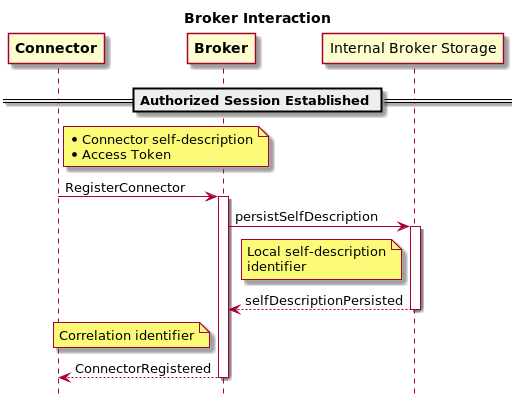
Earlier version of the PlantUML export images/broker_interaction.png (International-Data-Spaces-Association/InformationModel).
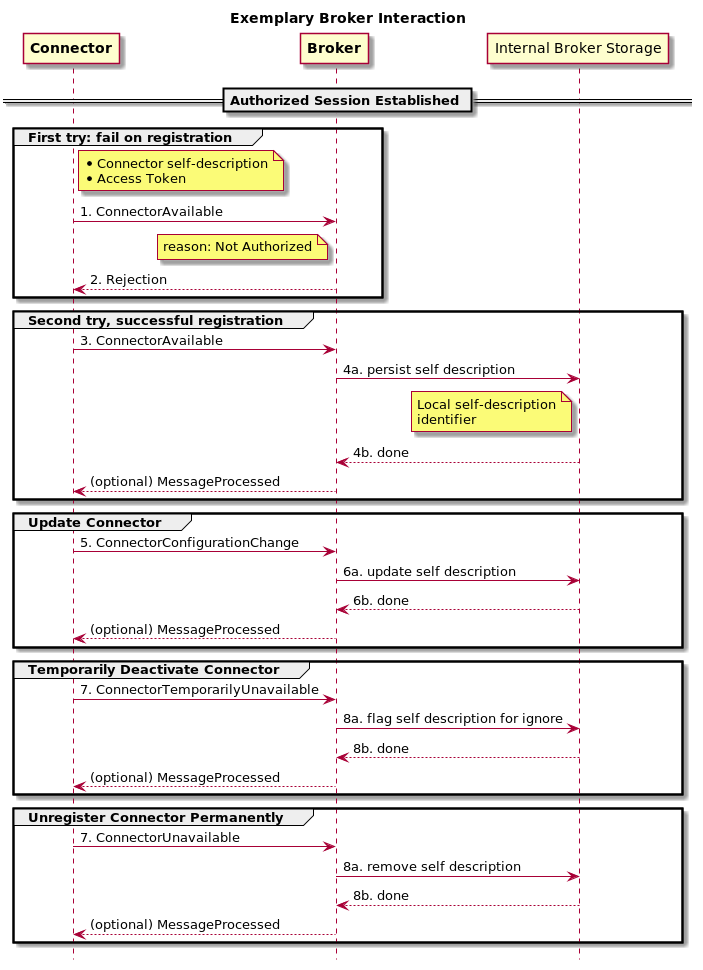
Above is the later version.

Commit message:
cleanup, figure update

Diff of the diagram source:
```diff
@@ -2,7 +2,7 @@
 
 hide footbox
 
-title Broker Interaction
+title Exemplary Broker Interaction
 
 participant "**Connector**" as C
 participant "**Broker**" as B
@@ -10,20 +10,40 @@
 
 == Authorized Session Established ==
 
-note right of C: *Connector self-description\n*Access Token
-C -> B: RegisterConnector
-activate B
+group First try: fail on registration
+    note right of C: *Connector self-description\n*Access Token
+    C -> B: 1. ConnectorAvailable
+    note left of B: reason: Not Authorized
+    B --> C: 2. Rejection
+end
 
-B -> IBS: persistSelfDescription
-activate IBS
+group Second try, successful registration
+    C -> B: 3. ConnectorAvailable
+    B -> IBS: 4a. persist self description
+    note left of IBS: Local self-description\nidentifier
+    IBS --> B: 4b. done
+    B --> C: (optional) MessageProcessed
+end
 
-note left of IBS: Local self-description\nidentifier
-IBS --> B: selfDescriptionPersisted
-deactivate IBS
+group Update Connector
+    C -> B: 5. ConnectorConfigurationChange
+    B -> IBS: 6a. update self description
+    IBS --> B: 6b. done
+    B --> C: (optional) MessageProcessed
+end
 
+group Temporarily Deactivate Connector
+    C -> B: 7. ConnectorTemporarilyUnavailable
+    B -> IBS: 8a. flag self description for ignore
+    IBS --> B: 8b. done
+    B --> C: (optional) MessageProcessed
+end
 
-note left of B: Correlation identifier
-B --> C: ConnectorRegistered
-deactivate B
+group Unregister Connector Permanently
+    C -> B: 7. ConnectorUnavailable
+    B -> IBS: 8a. remove self description
+    IBS --> B: 8b. done
+    B --> C: (optional) MessageProcessed
+end
 
 @enduml
```
